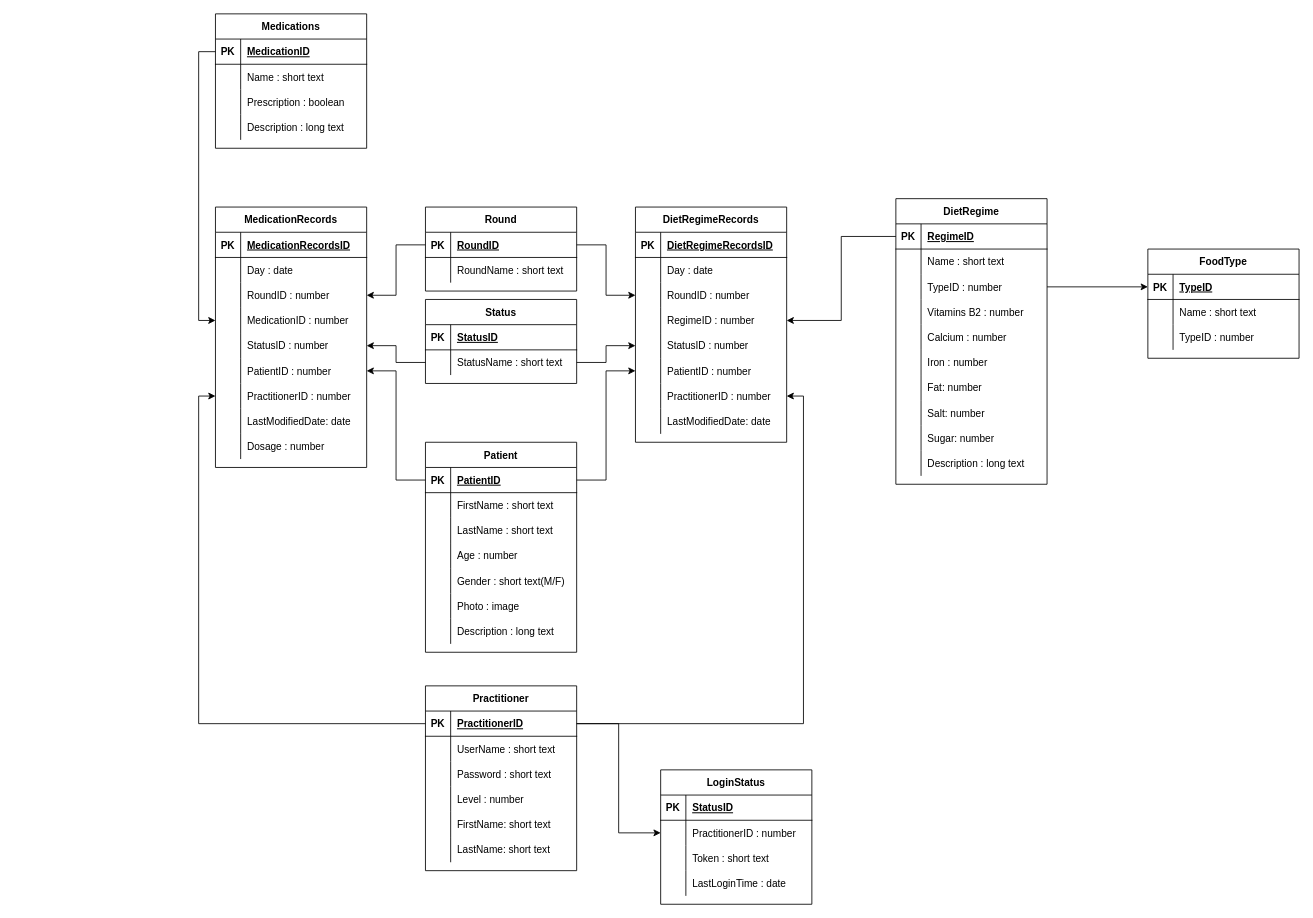
cloudyaaron/BIOM9450 keeps this draw.io diagram as ASS/database.drawio. Above is the earlier version. Source tidied: cells renumbered, new cells numbered last; positions are measured from the earlier drawing's top-left corner, leaving out a move shared by most shapes. Both pictures are drawn from the tidied source at 84%, with x=0, y=0 at pixel (215, 13).
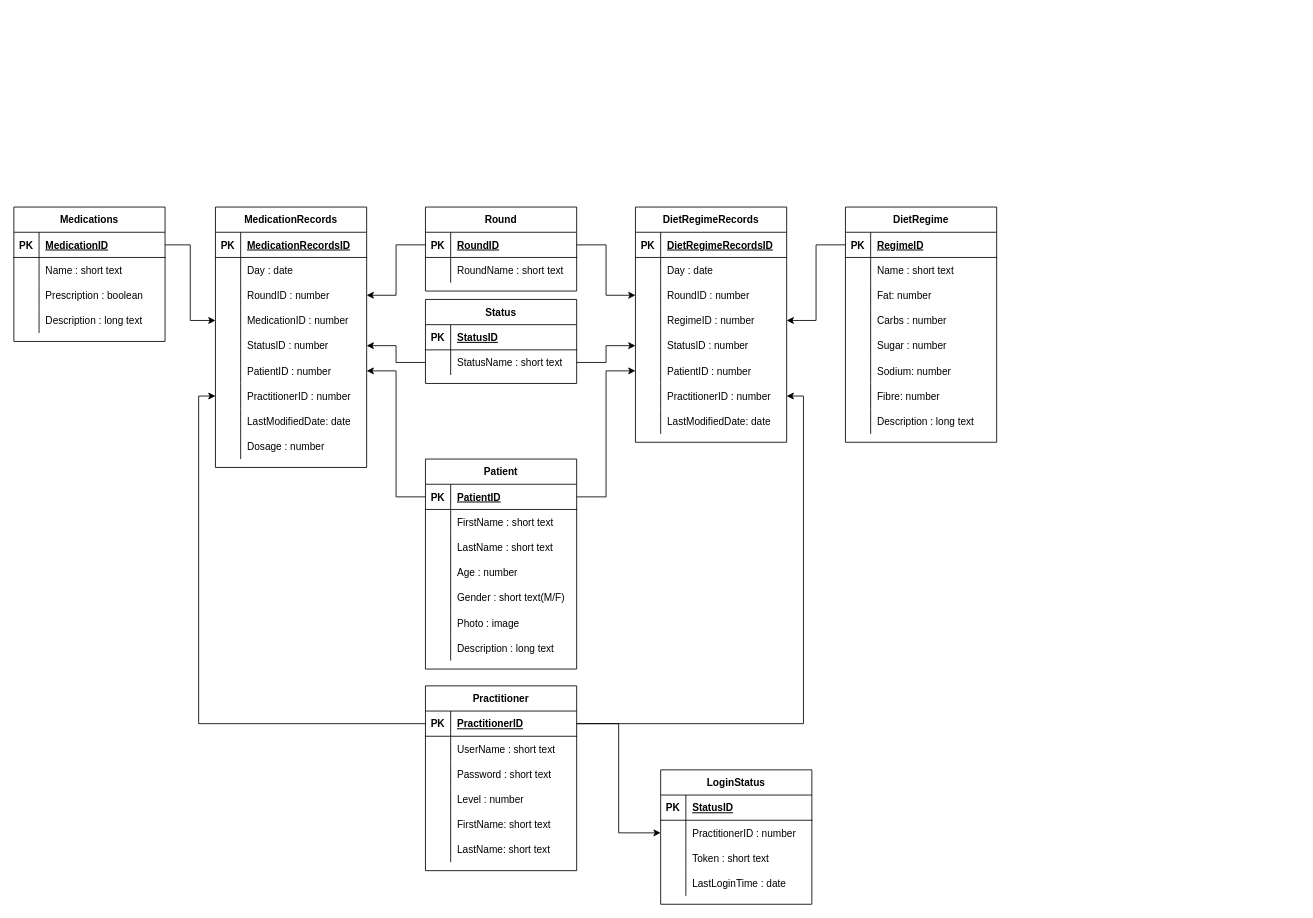
The same page after the edit.

Commit message (it also covers changes not shown here):
bug fix and diagram update

Diff of the diagram source:
```diff
@@
     <mxCell id="2" value="Medications" style="shape=table;startSize=30;childLayout=tableLayout;rowLines=0;fontStyle=1;align=center;" parent="1" vertex="1">
-      <mxGeometry width="180" height="160" as="geometry" />
+      <mxGeometry x="-240" y="230" width="180" height="160" as="geometry" />
     </mxCell>
@@
     <mxCell id="15" value="DietRegime" style="shape=table;startSize=30;childLayout=tableLayout;rowLines=0;fontStyle=1;align=center;" parent="1" vertex="1">
-      <mxGeometry x="810" y="220" width="180" height="340" as="geometry" />
+      <mxGeometry x="750" y="230" width="180" height="280" as="geometry" />
     </mxCell>
@@
-    <mxCell id="22" style="shape=partialRectangle;fillColor=none;top=0;left=0;bottom=0;right=0;points=[[0,0.5],[1,0.5]];portConstraint=eastwest;" parent="15" vertex="1">
-      <mxGeometry y="90" width="180" height="30" as="geometry" />
-    </mxCell>
-    <mxCell id="23" style="shape=partialRectangle;fillColor=none;top=0;left=0;bottom=0;right=0;overflow=hidden;" parent="22" vertex="1">
-      <mxGeometry width="30" height="30" as="geometry" />
-    </mxCell>
-    <mxCell id="24" value="TypeID : number" style="shape=partialRectangle;fillColor=none;top=0;left=0;bottom=0;right=0;align=left;spacingLeft=6;overflow=hidden;" parent="22" vertex="1">
-      <mxGeometry x="30" width="150" height="30" as="geometry" />
-    </mxCell>
     <mxCell id="25" style="shape=partialRectangle;fillColor=none;top=0;left=0;bottom=0;right=0;" parent="15" vertex="1">
-      <mxGeometry y="120" width="180" height="30" as="geometry" />
+      <mxGeometry y="90" width="180" height="30" as="geometry" />
     </mxCell>
@@
-    <mxCell id="27" value="Vitamins B2 : number" style="shape=partialRectangle;fillColor=none;top=0;left=0;bottom=0;right=0;align=left;spacingLeft=6;overflow=hidden;" parent="25" vertex="1">
+    <mxCell id="27" value="Fat: number" style="shape=partialRectangle;fillColor=none;top=0;left=0;bottom=0;right=0;align=left;spacingLeft=6;overflow=hidden;" parent="25" vertex="1">
       <mxGeometry x="30" width="150" height="30" as="geometry" />
     </mxCell>
     <mxCell id="28" style="shape=partialRectangle;fillColor=none;top=0;left=0;bottom=0;right=0;" parent="15" vertex="1">
-      <mxGeometry y="150" width="180" height="30" as="geometry" />
+      <mxGeometry y="120" width="180" height="30" as="geometry" />
     </mxCell>
@@
-    <mxCell id="30" value="Calcium : number" style="shape=partialRectangle;fillColor=none;top=0;left=0;bottom=0;right=0;align=left;spacingLeft=6;overflow=hidden;" parent="28" vertex="1">
+    <mxCell id="30" value="Carbs : number" style="shape=partialRectangle;fillColor=none;top=0;left=0;bottom=0;right=0;align=left;spacingLeft=6;overflow=hidden;" parent="28" vertex="1">
       <mxGeometry x="30" width="150" height="30" as="geometry" />
     </mxCell>
     <mxCell id="31" style="shape=partialRectangle;fillColor=none;top=0;left=0;bottom=0;right=0;" parent="15" vertex="1">
-      <mxGeometry y="180" width="180" height="30" as="geometry" />
+      <mxGeometry y="150" width="180" height="30" as="geometry" />
     </mxCell>
@@
-    <mxCell id="33" value="Iron : number" style="shape=partialRectangle;fillColor=none;top=0;left=0;bottom=0;right=0;align=left;spacingLeft=6;overflow=hidden;" parent="31" vertex="1">
+    <mxCell id="33" value="Sugar : number" style="shape=partialRectangle;fillColor=none;top=0;left=0;bottom=0;right=0;align=left;spacingLeft=6;overflow=hidden;" parent="31" vertex="1">
       <mxGeometry x="30" width="150" height="30" as="geometry" />
     </mxCell>
     <mxCell id="34" style="shape=partialRectangle;fillColor=none;top=0;left=0;bottom=0;right=0;" parent="15" vertex="1">
-      <mxGeometry y="210" width="180" height="30" as="geometry" />
+      <mxGeometry y="180" width="180" height="30" as="geometry" />
     </mxCell>
@@
-    <mxCell id="36" value="Fat: number" style="shape=partialRectangle;fillColor=none;top=0;left=0;bottom=0;right=0;align=left;spacingLeft=6;overflow=hidden;" parent="34" vertex="1">
+    <mxCell id="36" value="Sodium: number" style="shape=partialRectangle;fillColor=none;top=0;left=0;bottom=0;right=0;align=left;spacingLeft=6;overflow=hidden;" parent="34" vertex="1">
       <mxGeometry x="30" width="150" height="30" as="geometry" />
     </mxCell>
     <mxCell id="37" style="shape=partialRectangle;fillColor=none;top=0;left=0;bottom=0;right=0;" parent="15" vertex="1">
-      <mxGeometry y="240" width="180" height="30" as="geometry" />
+      <mxGeometry y="210" width="180" height="30" as="geometry" />
     </mxCell>
@@
-    <mxCell id="39" value="Salt: number" style="shape=partialRectangle;fillColor=none;top=0;left=0;bottom=0;right=0;align=left;spacingLeft=6;overflow=hidden;" parent="37" vertex="1">
+    <mxCell id="39" value="Fibre: number" style="shape=partialRectangle;fillColor=none;top=0;left=0;bottom=0;right=0;align=left;spacingLeft=6;overflow=hidden;" parent="37" vertex="1">
       <mxGeometry x="30" width="150" height="30" as="geometry" />
     </mxCell>
-    <mxCell id="40" style="shape=partialRectangle;fillColor=none;top=0;left=0;bottom=0;right=0;" parent="15" vertex="1">
-      <mxGeometry y="270" width="180" height="30" as="geometry" />
-    </mxCell>
-    <mxCell id="41" style="shape=partialRectangle;fillColor=none;top=0;left=0;bottom=0;right=0;overflow=hidden;" parent="40" vertex="1">
-      <mxGeometry width="30" height="30" as="geometry" />
-    </mxCell>
-    <mxCell id="42" value="Sugar: number" style="shape=partialRectangle;fillColor=none;top=0;left=0;bottom=0;right=0;align=left;spacingLeft=6;overflow=hidden;" parent="40" vertex="1">
-      <mxGeometry x="30" width="150" height="30" as="geometry" />
-    </mxCell>
     <mxCell id="43" style="shape=partialRectangle;fillColor=none;top=0;left=0;bottom=0;right=0;" parent="15" vertex="1">
-      <mxGeometry y="300" width="180" height="30" as="geometry" />
+      <mxGeometry y="240" width="180" height="30" as="geometry" />
     </mxCell>
@@
     <mxCell id="46" value="Patient" style="shape=table;startSize=30;childLayout=tableLayout;rowLines=0;fontStyle=1;align=center;" parent="1" vertex="1">
-      <mxGeometry x="250" y="510" width="180" height="250" as="geometry" />
+      <mxGeometry x="250" y="530" width="180" height="250" as="geometry" />
     </mxCell>
@@
-    <mxCell id="154" value="FoodType" style="shape=table;startSize=30;childLayout=tableLayout;rowLines=0;fontStyle=1;align=center;" parent="1" vertex="1">
-      <mxGeometry x="1110" y="280" width="180" height="130" as="geometry" />
-    </mxCell>
-    <mxCell id="155" style="shape=partialRectangle;fillColor=none;top=0;left=0;bottom=1;right=0;points=[[0,0.5],[1,0.5]];portConstraint=eastwest;" parent="154" vertex="1">
-      <mxGeometry y="30" width="180" height="30" as="geometry" />
-    </mxCell>
-    <mxCell id="156" value="PK" style="shape=partialRectangle;fillColor=none;top=0;left=0;bottom=0;right=0;fontStyle=1;overflow=hidden;" parent="155" vertex="1">
-      <mxGeometry width="30" height="30" as="geometry" />
-    </mxCell>
-    <mxCell id="157" value="TypeID" style="shape=partialRectangle;fillColor=none;top=0;left=0;bottom=0;right=0;align=left;spacingLeft=6;fontStyle=5;overflow=hidden;" parent="155" vertex="1">
-      <mxGeometry x="30" width="150" height="30" as="geometry" />
-    </mxCell>
-    <mxCell id="158" style="shape=partialRectangle;fillColor=none;top=0;left=0;bottom=0;right=0;" parent="154" vertex="1">
-      <mxGeometry y="60" width="180" height="30" as="geometry" />
-    </mxCell>
-    <mxCell id="159" style="shape=partialRectangle;fillColor=none;top=0;left=0;bottom=0;right=0;overflow=hidden;" parent="158" vertex="1">
-      <mxGeometry width="30" height="30" as="geometry" />
-    </mxCell>
-    <mxCell id="160" value="Name : short text" style="shape=partialRectangle;fillColor=none;top=0;left=0;bottom=0;right=0;align=left;spacingLeft=6;overflow=hidden;" parent="158" vertex="1">
-      <mxGeometry x="30" width="150" height="30" as="geometry" />
-    </mxCell>
-    <mxCell id="161" style="shape=partialRectangle;fillColor=none;top=0;left=0;bottom=0;right=0;" parent="154" vertex="1">
-      <mxGeometry y="90" width="180" height="30" as="geometry" />
-    </mxCell>
-    <mxCell id="162" style="shape=partialRectangle;fillColor=none;top=0;left=0;bottom=0;right=0;overflow=hidden;" parent="161" vertex="1">
-      <mxGeometry width="30" height="30" as="geometry" />
-    </mxCell>
-    <mxCell id="163" value="TypeID : number" style="shape=partialRectangle;fillColor=none;top=0;left=0;bottom=0;right=0;align=left;spacingLeft=6;overflow=hidden;" parent="161" vertex="1">
-      <mxGeometry x="30" width="150" height="30" as="geometry" />
-    </mxCell>
-    <mxCell id="164" style="edgeStyle=orthogonalEdgeStyle;rounded=0;jettySize=auto;html=1;entryX=0;entryY=0.5;entryDx=0;entryDy=0;" parent="1" edge="1" source="22" target="155">
-      <mxGeometry relative="1" as="geometry" />
-    </mxCell>
```
